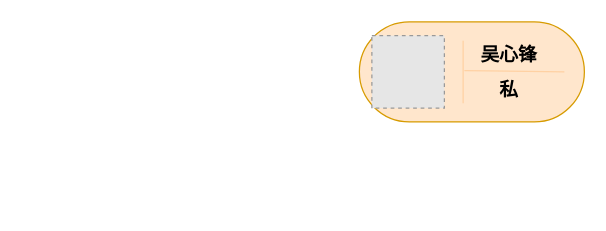
Earlier version of the draw.io diagram familytree.drawio (wxfls/draw.io). Source tidied: cells renumbered, new cells numbered last; positions are measured from the earlier drawing's top-left corner, leaving out a move shared by most shapes. Both pictures are drawn from the tidied source at 125%, with x=0, y=0 at pixel (359, 21). Pictures stored in the file or linked from it are replaced by grey dashed boxes.
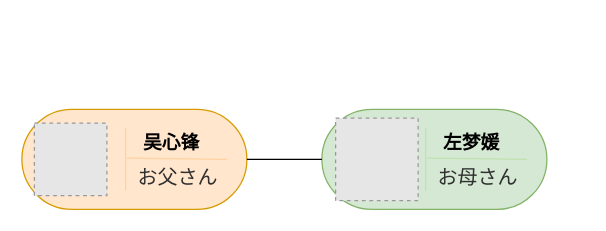
The same diagram, later.

Unchanged cells that the change refers to:
```xml
<mxCell id="3" style="html=1;dashed=0;whiteSpace=wrap;shape=mxgraph.dfd.start;fillColor=#ffe6cc;strokeColor=#d79b00;" parent="2" vertex="1">
  <mxGeometry width="180" height="80" as="geometry" />
</mxCell>
```

Diff of the diagram source:
```diff
@@
+    <mxCell id="9" style="group;" parent="1" vertex="1">
+      <mxGeometry x="-270" y="70" width="420" height="80" as="geometry" />
+    </mxCell>
-    <mxCell id="2" style="group;" parent="1" vertex="1">
+    <mxCell id="2" style="group;" parent="9" vertex="1">
       <mxGeometry width="180" height="80" as="geometry" />
     </mxCell>
@@
-    <mxCell id="6" value="私" style="text;html=1;align=center;verticalAlign=middle;whiteSpace=wrap;rounded=0;fontSize=15;fontStyle=1;" parent="2" vertex="1">
-      <mxGeometry x="90" y="39" width="60" height="30" as="geometry" />
+    <mxCell id="6" value="&lt;span style=&quot;color: rgb(47, 47, 47); font-family: &amp;quot;Hiragino Kaku Gothic ProN&amp;quot;, &amp;quot;ヒラギノ角ゴ ProN W3&amp;quot;, メイリオ, Meiryo, Verdana, Helvetica, Arial, sans-serif; font-size: medium; font-weight: 400;&quot;&gt;お父さん&lt;/span&gt;" style="text;html=1;align=center;verticalAlign=middle;whiteSpace=wrap;rounded=0;fontSize=15;fontStyle=1;" parent="2" vertex="1">
+      <mxGeometry x="90" y="39" width="70" height="30" as="geometry" />
     </mxCell>
@@
+    <mxCell id="10" style="group;" parent="9" vertex="1">
+      <mxGeometry x="240" width="180" height="80" as="geometry" />
+    </mxCell>
+    <mxCell id="11" style="html=1;dashed=0;whiteSpace=wrap;shape=mxgraph.dfd.start;fillColor=#d5e8d4;strokeColor=#82b366;" parent="10" vertex="1">
+      <mxGeometry width="180" height="80" as="geometry" />
+    </mxCell>
+    <mxCell id="12" value="左梦媛" style="text;html=1;align=center;verticalAlign=middle;whiteSpace=wrap;rounded=0;fontSize=15;fontStyle=1;" parent="10" vertex="1">
+      <mxGeometry x="90" y="11" width="60" height="30" as="geometry" />
+    </mxCell>
+    <mxCell id="13" value="&lt;span style=&quot;color: rgb(47, 47, 47); font-family: &amp;quot;Hiragino Kaku Gothic ProN&amp;quot;, &amp;quot;ヒラギノ角ゴ ProN W3&amp;quot;, メイリオ, Meiryo, Verdana, Helvetica, Arial, sans-serif; font-size: medium; font-weight: 400;&quot;&gt;お母さん&lt;/span&gt;" style="text;html=1;align=center;verticalAlign=middle;whiteSpace=wrap;rounded=0;fontSize=15;fontStyle=1;" parent="10" vertex="1">
+      <mxGeometry x="90" y="39" width="70" height="30" as="geometry" />
+    </mxCell>
+    <mxCell id="14" style="endArrow=none;html=1;rounded=0;fillColor=#ffe6cc;strokeColor=#B9E0A5;opacity=80;" parent="10" edge="1">
+      <mxGeometry relative="1" as="geometry">
+        <mxPoint x="83" y="65" as="sourcePoint" />
+        <mxPoint x="83" y="15" as="targetPoint" />
+      </mxGeometry>
+    </mxCell>
+    <mxCell id="15" style="endArrow=none;html=1;rounded=0;fillColor=#ffe6cc;strokeColor=#B9E0A5;opacity=80;" parent="10" edge="1">
+      <mxGeometry relative="1" as="geometry">
+        <mxPoint x="84" y="39" as="sourcePoint" />
+        <mxPoint x="164" y="40" as="targetPoint" />
+      </mxGeometry>
+    </mxCell>
+    <mxCell id="16" style="fillColor=#E6E6E6;strokeColor=#999999;dashed=1;verticalLabelPosition=bottom;verticalAlign=top;" parent="10" vertex="1">
+      <mxGeometry x="11" y="7" width="66" height="66" as="geometry" />
+    </mxCell>
+    <mxCell id="17" style="edgeStyle=orthogonalEdgeStyle;rounded=0;jettySize=auto;html=1;exitX=1;exitY=0.5;exitDx=0;exitDy=0;exitPerimeter=0;entryX=0;entryY=0.5;entryDx=0;entryDy=0;entryPerimeter=0;strokeColor=default;endArrow=none;endFill=0;" parent="9" edge="1" source="3" target="11">
+      <mxGeometry relative="1" as="geometry" />
+    </mxCell>
```
